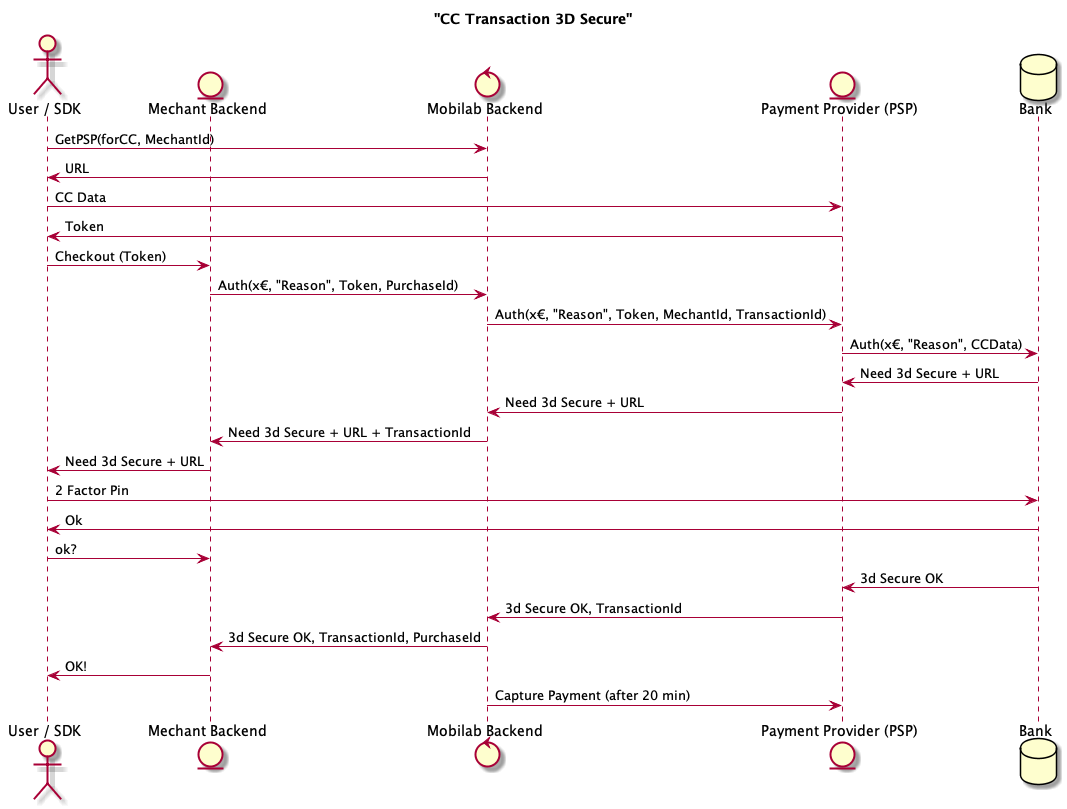
Earlier version of the PlantUML export out/diagrams/cc_transaction_3d/CC Transaction 3D Secure.png (mobilabsolutions/stash-sdk-wiki). The source it was exported from:
```plantuml
@startuml

title "CC Transaction 3D Secure"

actor "User / SDK" as User
entity "Mechant Backend" as MEC
control "Mobilab Backend" as MBE
entity "Payment Provider (PSP)" as PSP
database "Bank"

User -> MBE: GetPSP(forCC, MechantId)
MBE -> User: URL

User -> PSP: CC Data
PSP -> User: Token

User -> MEC: Checkout (Token)
MEC -> MBE: Auth(x€, "Reason", Token, PurchaseId)
MBE -> PSP: Auth(x€, "Reason", Token, MechantId, TransactionId)
PSP -> Bank: Auth(x€, "Reason", CCData)
Bank -> PSP: Need 3d Secure + URL
PSP -> MBE: Need 3d Secure + URL
MBE -> MEC: Need 3d Secure + URL + TransactionId
MEC -> User: Need 3d Secure + URL

User -> Bank: 2 Factor Pin
Bank -> User: Ok

User -> MEC: ok?
Bank -> PSP: 3d Secure OK
PSP -> MBE: 3d Secure OK, TransactionId
MBE -> MEC: 3d Secure OK, TransactionId, PurchaseId
MEC -> User: OK!


MBE -> PSP: Capture Payment (after 20 min)

@enduml
```
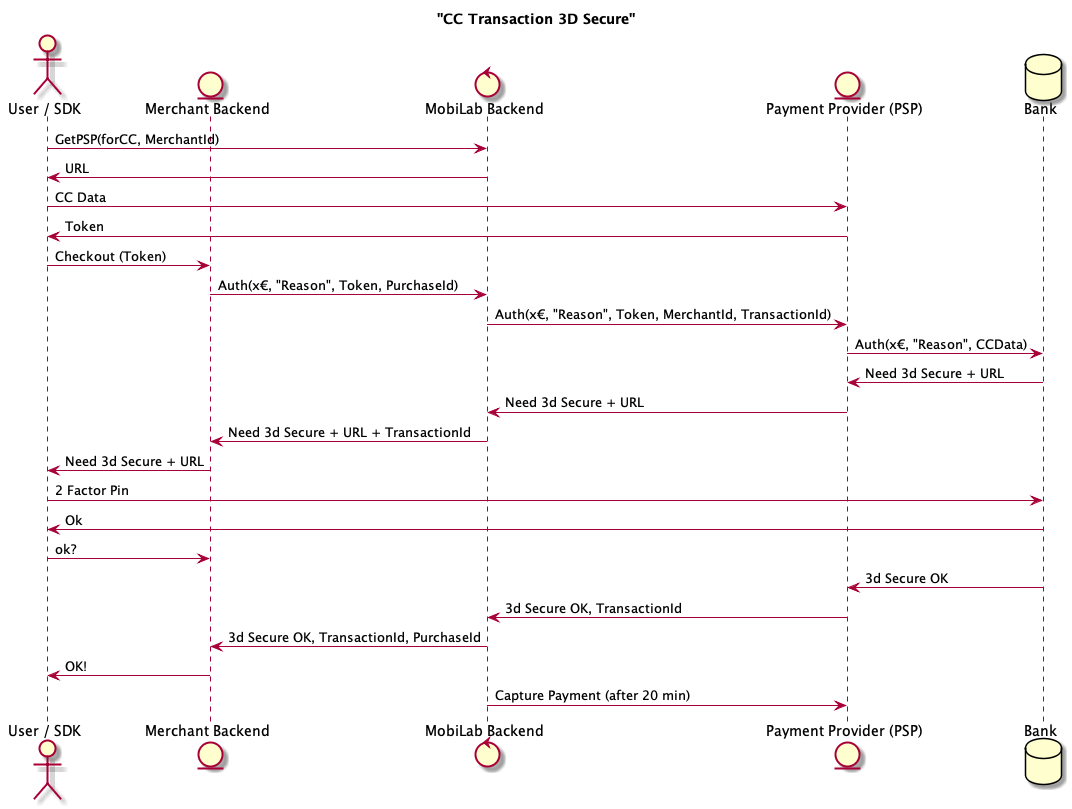
Above is the later version.

Change to the diagram source:
```diff
@@ -3,12 +3,12 @@
 title "CC Transaction 3D Secure"
 
 actor "User / SDK" as User
-entity "Mechant Backend" as MEC
-control "Mobilab Backend" as MBE
+entity "Merchant Backend" as MEC
+control "MobiLab Backend" as MBE
 entity "Payment Provider (PSP)" as PSP
 database "Bank"
 
-User -> MBE: GetPSP(forCC, MechantId)
+User -> MBE: GetPSP(forCC, MerchantId)
 MBE -> User: URL
 
 User -> PSP: CC Data
@@ -16,7 +16,7 @@
 
 User -> MEC: Checkout (Token)
 MEC -> MBE: Auth(x€, "Reason", Token, PurchaseId)
-MBE -> PSP: Auth(x€, "Reason", Token, MechantId, TransactionId)
+MBE -> PSP: Auth(x€, "Reason", Token, MerchantId, TransactionId)
 PSP -> Bank: Auth(x€, "Reason", CCData)
 Bank -> PSP: Need 3d Secure + URL
 PSP -> MBE: Need 3d Secure + URL
```
